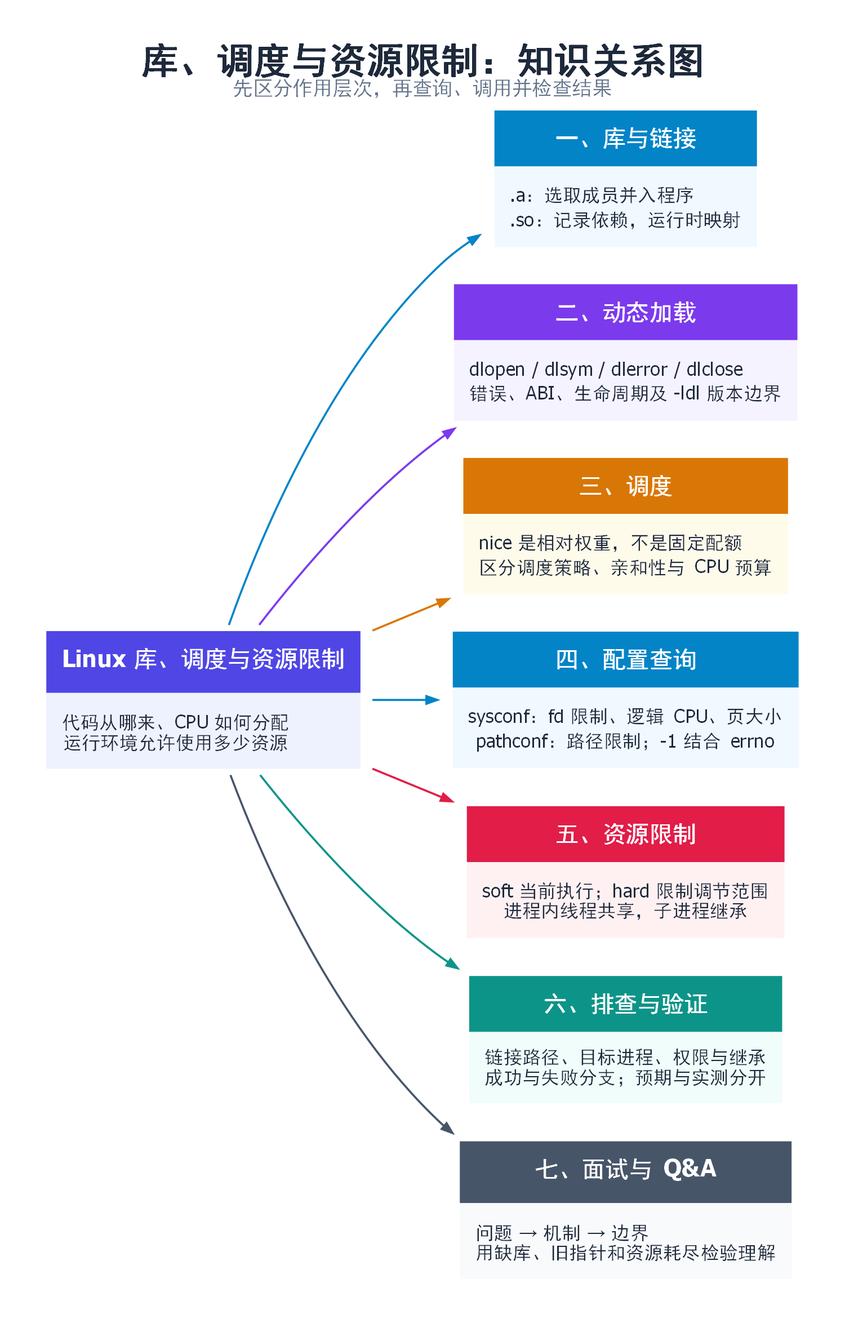
Before: Linux系统API/十一.库、调度与资源限制/assets/mindmap.png, a diagram exported from Graphviz (zingerWang/Jobs). Its source is kept beside it as Linux系统API/十一.库、调度与资源限制/assets/mindmap.dot.
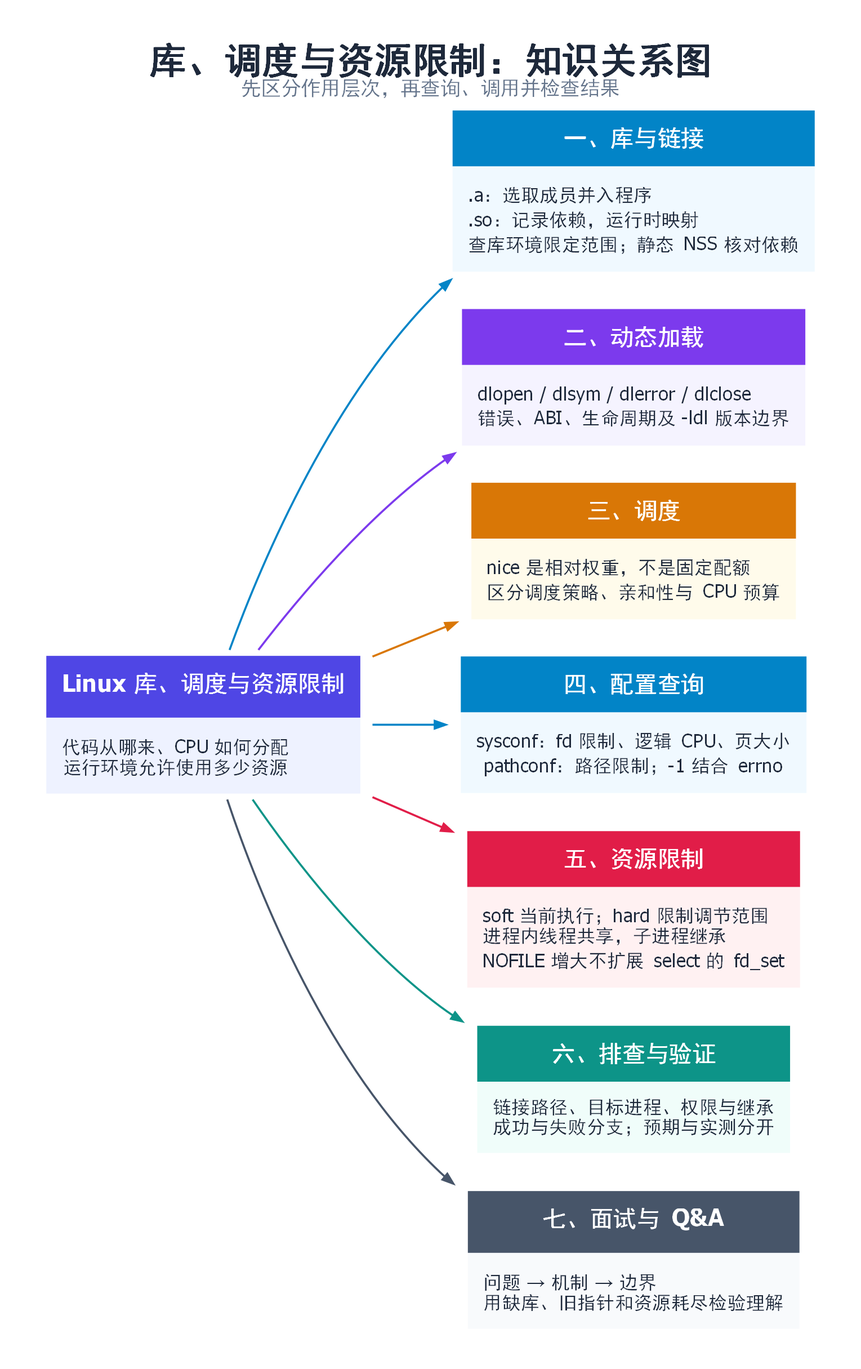
The same file after the commit.

What changed in the source:
```diff
@@ -3,11 +3,11 @@
 node [shape=plaintext, fontname="PingFang SC"];
 edge [fontname="PingFang SC", fontsize=11, arrowsize=0.7, arrowhead=normal, penwidth=1.3];
 root [label=<<TABLE BORDER="0" CELLBORDER="0" CELLSPACING="0" CELLPADDING="10"><TR><TD BGCOLOR="#4F46E5"><FONT COLOR="white" POINT-SIZE="15"><B>Linux 库、调度与资源限制</B></FONT></TD></TR><TR><TD BGCOLOR="#EEF2FF" ALIGN="LEFT"><FONT COLOR="#1E293B" POINT-SIZE="12">代码从哪来、CPU 如何分配<BR ALIGN="LEFT"/>运行环境允许使用多少资源</FONT></TD></TR></TABLE>>];
-n0 [label=<<TABLE BORDER="0" CELLBORDER="0" CELLSPACING="0" CELLPADDING="10"><TR><TD BGCOLOR="#0284C7"><FONT COLOR="white" POINT-SIZE="15"><B>一、库与链接</B></FONT></TD></TR><TR><TD BGCOLOR="#F0F9FF" ALIGN="LEFT"><FONT COLOR="#1E293B" POINT-SIZE="12">.a：选取成员并入程序<BR ALIGN="LEFT"/>.so：记录依赖，运行时映射</FONT></TD></TR></TABLE>>];
+n0 [label=<<TABLE BORDER="0" CELLBORDER="0" CELLSPACING="0" CELLPADDING="10"><TR><TD BGCOLOR="#0284C7"><FONT COLOR="white" POINT-SIZE="15"><B>一、库与链接</B></FONT></TD></TR><TR><TD BGCOLOR="#F0F9FF" ALIGN="LEFT"><FONT COLOR="#1E293B" POINT-SIZE="12">.a：选取成员并入程序<BR ALIGN="LEFT"/>.so：记录依赖，运行时映射<BR ALIGN="LEFT"/>查库环境限定范围；静态 NSS 核对依赖</FONT></TD></TR></TABLE>>];
 n1 [label=<<TABLE BORDER="0" CELLBORDER="0" CELLSPACING="0" CELLPADDING="10"><TR><TD BGCOLOR="#7C3AED"><FONT COLOR="white" POINT-SIZE="15"><B>二、动态加载</B></FONT></TD></TR><TR><TD BGCOLOR="#F5F3FF" ALIGN="LEFT"><FONT COLOR="#1E293B" POINT-SIZE="12">dlopen / dlsym / dlerror / dlclose<BR ALIGN="LEFT"/>错误、ABI、生命周期及 -ldl 版本边界</FONT></TD></TR></TABLE>>];
 n2 [label=<<TABLE BORDER="0" CELLBORDER="0" CELLSPACING="0" CELLPADDING="10"><TR><TD BGCOLOR="#D97706"><FONT COLOR="white" POINT-SIZE="15"><B>三、调度</B></FONT></TD></TR><TR><TD BGCOLOR="#FFFBEB" ALIGN="LEFT"><FONT COLOR="#1E293B" POINT-SIZE="12">nice 是相对权重，不是固定配额<BR ALIGN="LEFT"/>区分调度策略、亲和性与 CPU 预算</FONT></TD></TR></TABLE>>];
 n3 [label=<<TABLE BORDER="0" CELLBORDER="0" CELLSPACING="0" CELLPADDING="10"><TR><TD BGCOLOR="#0284C7"><FONT COLOR="white" POINT-SIZE="15"><B>四、配置查询</B></FONT></TD></TR><TR><TD BGCOLOR="#F0F9FF" ALIGN="LEFT"><FONT COLOR="#1E293B" POINT-SIZE="12">sysconf：fd 限制、逻辑 CPU、页大小<BR ALIGN="LEFT"/>pathconf：路径限制；-1 结合 errno</FONT></TD></TR></TABLE>>];
-n4 [label=<<TABLE BORDER="0" CELLBORDER="0" CELLSPACING="0" CELLPADDING="10"><TR><TD BGCOLOR="#E11D48"><FONT COLOR="white" POINT-SIZE="15"><B>五、资源限制</B></FONT></TD></TR><TR><TD BGCOLOR="#FFF1F2" ALIGN="LEFT"><FONT COLOR="#1E293B" POINT-SIZE="12">soft 当前执行；hard 限制调节范围<BR ALIGN="LEFT"/>进程内线程共享，子进程继承</FONT></TD></TR></TABLE>>];
+n4 [label=<<TABLE BORDER="0" CELLBORDER="0" CELLSPACING="0" CELLPADDING="10"><TR><TD BGCOLOR="#E11D48"><FONT COLOR="white" POINT-SIZE="15"><B>五、资源限制</B></FONT></TD></TR><TR><TD BGCOLOR="#FFF1F2" ALIGN="LEFT"><FONT COLOR="#1E293B" POINT-SIZE="12">soft 当前执行；hard 限制调节范围<BR ALIGN="LEFT"/>进程内线程共享，子进程继承<BR ALIGN="LEFT"/>NOFILE 增大不扩展 select 的 fd_set</FONT></TD></TR></TABLE>>];
 n5 [label=<<TABLE BORDER="0" CELLBORDER="0" CELLSPACING="0" CELLPADDING="10"><TR><TD BGCOLOR="#0D9488"><FONT COLOR="white" POINT-SIZE="15"><B>六、排查与验证</B></FONT></TD></TR><TR><TD BGCOLOR="#F0FDFA" ALIGN="LEFT"><FONT COLOR="#1E293B" POINT-SIZE="12">链接路径、目标进程、权限与继承<BR ALIGN="LEFT"/>成功与失败分支；预期与实测分开</FONT></TD></TR></TABLE>>];
 n6 [label=<<TABLE BORDER="0" CELLBORDER="0" CELLSPACING="0" CELLPADDING="10"><TR><TD BGCOLOR="#475569"><FONT COLOR="white" POINT-SIZE="15"><B>七、面试与 Q&amp;A</B></FONT></TD></TR><TR><TD BGCOLOR="#F8FAFC" ALIGN="LEFT"><FONT COLOR="#1E293B" POINT-SIZE="12">问题 → 机制 → 边界<BR ALIGN="LEFT"/>用缺库、旧指针和资源耗尽检验理解</FONT></TD></TR></TABLE>>];
 root -> n0 [label="", color="#0284C7", fontcolor="#0284C7"];
```
